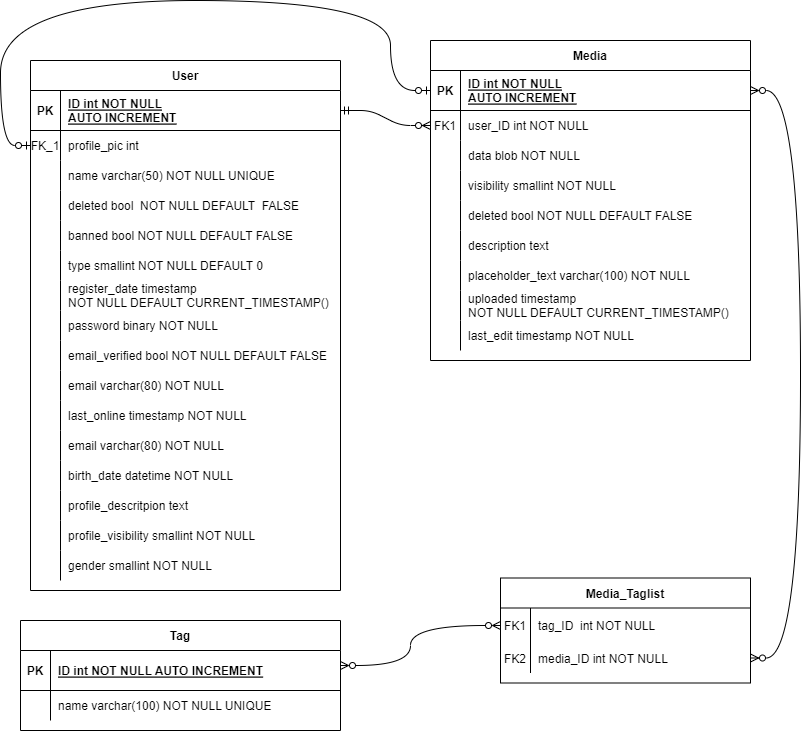
Before: docs/dev/db/img/VisualPosting_R_schema_phase_01.drawio.png, a diagram exported from draw.io (gombosg21/vizsgaremek). Source tidied: cells renumbered, new cells last; positions are measured from the earlier drawing's top-left corner, leaving out a move shared by most shapes.
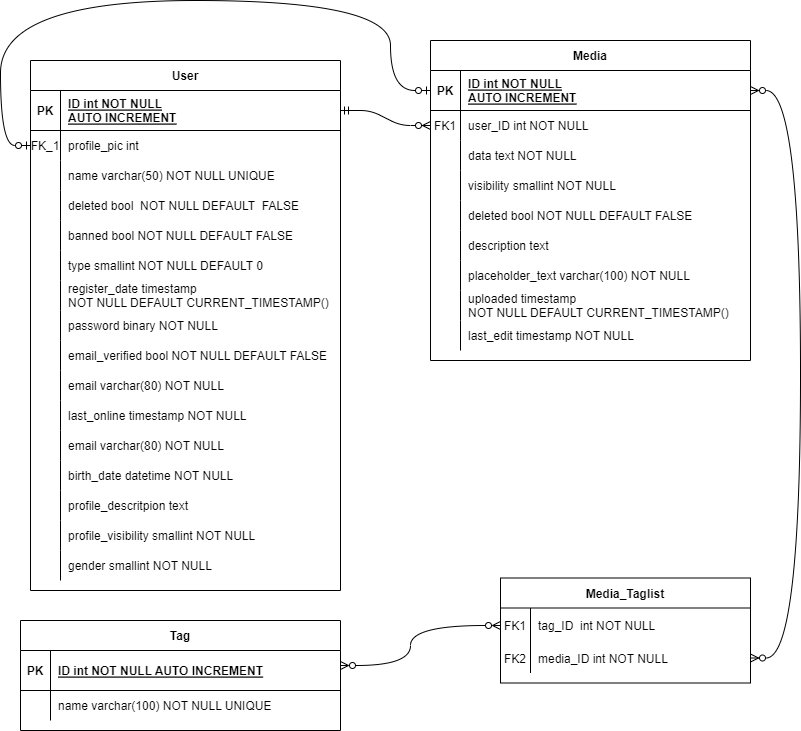
The same diagram one commit later.

Commit message:
data now text, saves many encode cycles

Change to the diagram source:
```diff
@@ -32,7 +32,7 @@
     <mxCell id="11" style="shape=partialRectangle;overflow=hidden;fillColor=none;top=0;left=0;bottom=0;right=0;" parent="10" vertex="1">
       <mxGeometry width="30" height="30" as="geometry" />
     </mxCell>
-    <mxCell id="12" value="data blob NOT NULL" style="shape=partialRectangle;overflow=hidden;fillColor=none;top=0;left=0;bottom=0;right=0;align=left;spacingLeft=6;" parent="10" vertex="1">
+    <mxCell id="12" value="data text NOT NULL" style="shape=partialRectangle;overflow=hidden;fillColor=none;top=0;left=0;bottom=0;right=0;align=left;spacingLeft=6;" parent="10" vertex="1">
       <mxGeometry x="30" width="290" height="30" as="geometry" />
     </mxCell>
     <mxCell id="13" style="shape=partialRectangle;fillColor=none;top=0;left=0;right=0;bottom=0;" parent="3" vertex="1">
```
